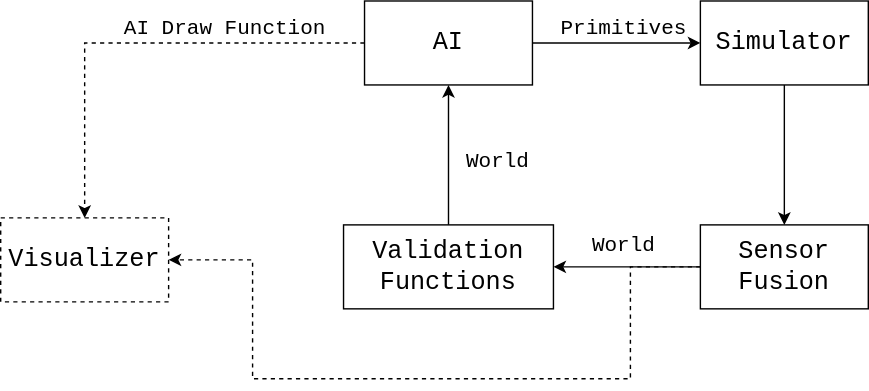
This is docs/images/simulated_test_high_level_architecture.svg from UBC-Thunderbots/Software, a draw.io export, as it was before one commit. Source tidied: cells renumbered, new cells last; positions are measured from the earlier drawing's top-left corner, leaving out a move shared by most shapes.
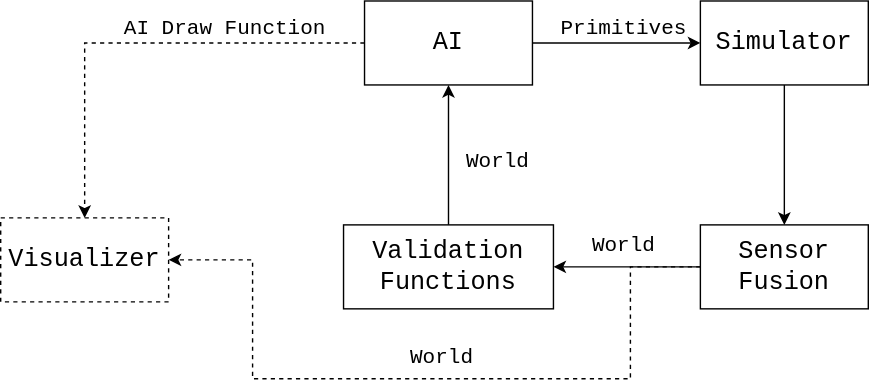
After the commit.

The edit, as a diff of the source:
```diff
@@ -54,5 +54,8 @@
     <mxCell id="16" value="Simulator" style="whiteSpace=wrap;html=1;fontFamily=Courier New;fontSize=18;" parent="1" vertex="1">
       <mxGeometry x="500" width="120" height="60" as="geometry" />
     </mxCell>
+    <mxCell id="17" value="World" style="text;html=1;align=center;verticalAlign=middle;fillColor=none;strokeColor=none;rounded=0;fontFamily=Courier New;fontSize=15;" parent="1" vertex="1">
+      <mxGeometry x="280" y="240" width="70" height="30" as="geometry" />
+    </mxCell>
   </root>
 </mxGraphModel>
```
